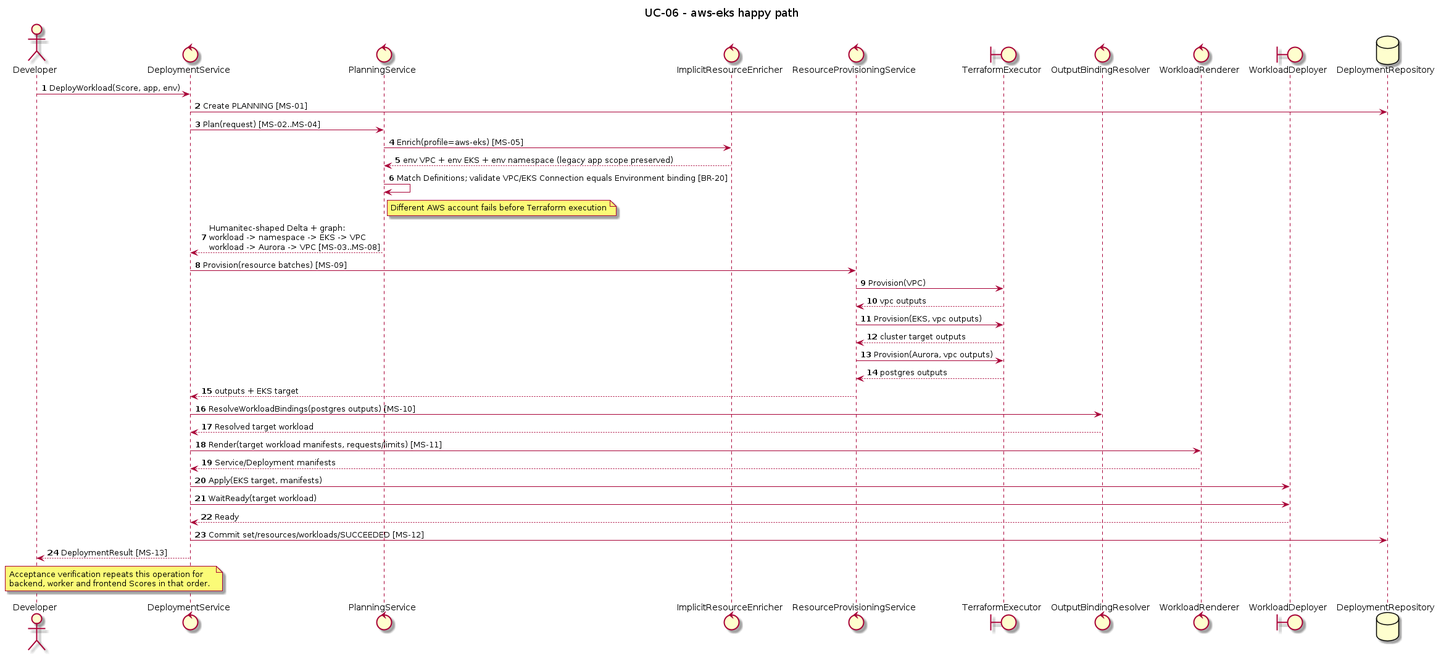
Earlier version of the PlantUML export orchestrator_docs/usecase/UC-06/sequence-cloud.png (pr3s3nt/poc). Its source is kept beside it as orchestrator_docs/usecase/UC-06/sequence-cloud.puml.
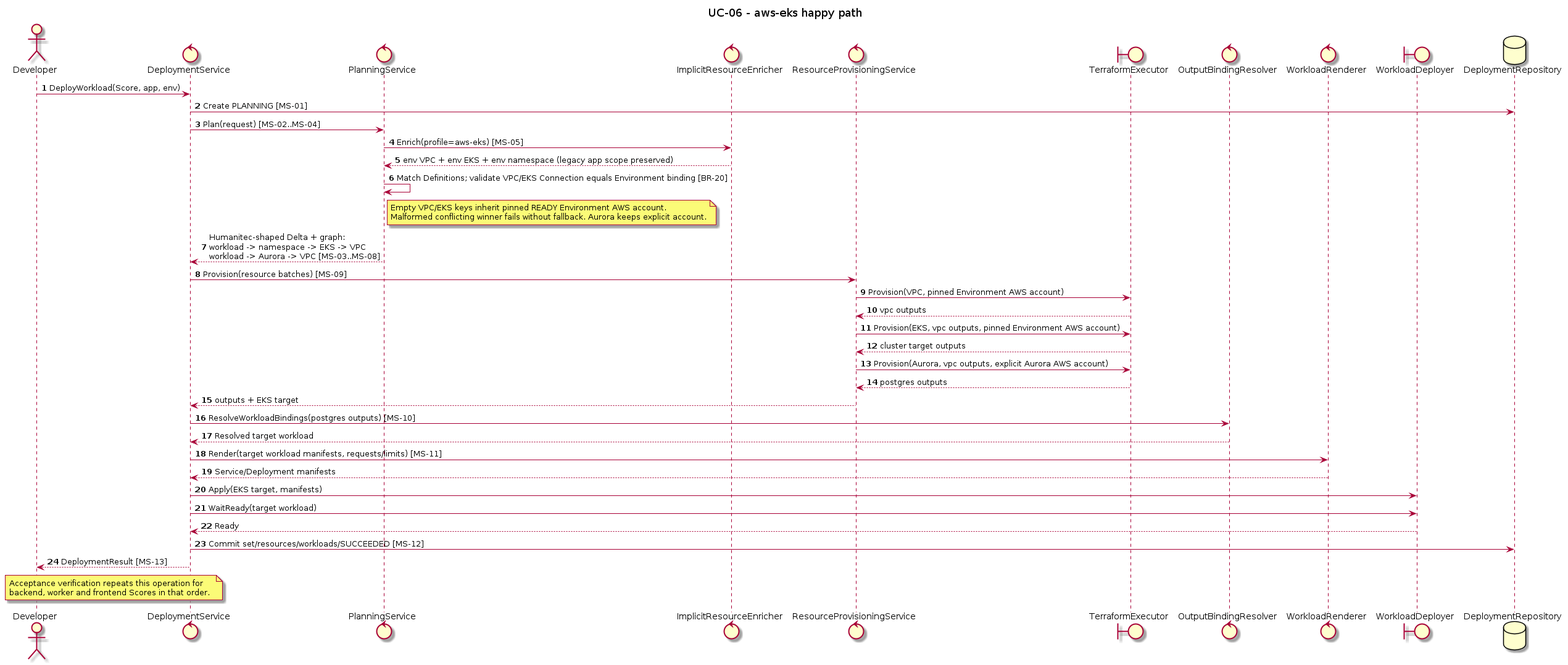
After the commit.

Change to the diagram source:
```diff
@@ -18,14 +18,17 @@
 Planner -> Enricher: Enrich(profile=aws-eks) [MS-05]
 Enricher --> Planner: env VPC + env EKS + env namespace (legacy app scope preserved)
 Planner -> Planner: Match Definitions; validate VPC/EKS Connection equals Environment binding [BR-20]
-note right of Planner: Different AWS account fails before Terraform execution
+note right of Planner
+Empty VPC/EKS keys inherit pinned READY Environment AWS account.
+Malformed conflicting winner fails without fallback. Aurora keeps explicit account.
+end note
 Planner --> Service: Humanitec-shaped Delta + graph:\nworkload -> namespace -> EKS -> VPC\nworkload -> Aurora -> VPC [MS-03..MS-08]
 Service -> Provisioner: Provision(resource batches) [MS-09]
-Provisioner -> Terraform: Provision(VPC)
+Provisioner -> Terraform: Provision(VPC, pinned Environment AWS account)
 Terraform --> Provisioner: vpc outputs
-Provisioner -> Terraform: Provision(EKS, vpc outputs)
+Provisioner -> Terraform: Provision(EKS, vpc outputs, pinned Environment AWS account)
 Terraform --> Provisioner: cluster target outputs
-Provisioner -> Terraform: Provision(Aurora, vpc outputs)
+Provisioner -> Terraform: Provision(Aurora, vpc outputs, explicit Aurora AWS account)
 Terraform --> Provisioner: postgres outputs
 Provisioner --> Service: outputs + EKS target
 Service -> Resolver: ResolveWorkloadBindings(postgres outputs) [MS-10]
```
